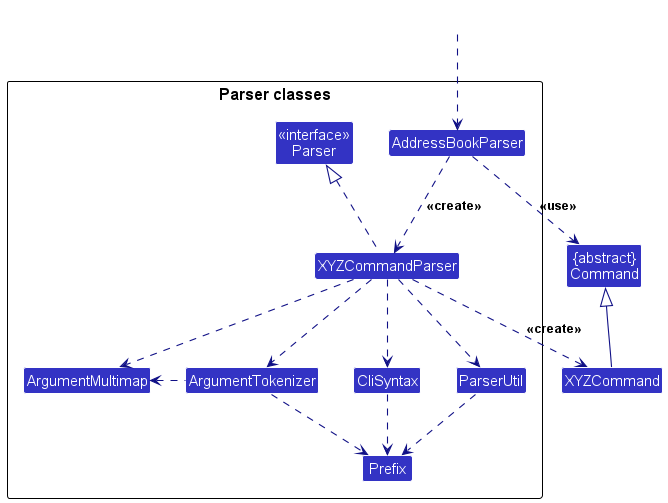
Before: images/ParserClasses.png, a diagram exported from PlantUML (AY2627S1-CS2103T-W14-3/tp). The source it was exported from:
```plantuml
@startuml
!include style.puml
skinparam arrowThickness 1.1
skinparam arrowColor LOGIC_COLOR_T4
skinparam classBackgroundColor LOGIC_COLOR

Class "{abstract}\nCommand" as Command
Class XYZCommand

package "Parser classes"{
Class "<<interface>>\nParser" as Parser
Class AddressBookParser
Class XYZCommandParser
Class CliSyntax
Class ParserUtil
Class ArgumentMultimap
Class ArgumentTokenizer
Class Prefix
}

Class HiddenOutside #FFFFFF
HiddenOutside ..> AddressBookParser

AddressBookParser .down.> XYZCommandParser: <<create>>

XYZCommandParser ..> XYZCommand : <<create>>
AddressBookParser ..> Command : <<use>>
XYZCommandParser .up.|> Parser
XYZCommandParser ..> ArgumentMultimap
XYZCommandParser ..> ArgumentTokenizer
ArgumentTokenizer .left.> ArgumentMultimap
XYZCommandParser ..> CliSyntax
CliSyntax ..> Prefix
XYZCommandParser ..> ParserUtil
ParserUtil .down.> Prefix
ArgumentTokenizer .down.> Prefix
XYZCommand -up-|> Command
@enduml
```
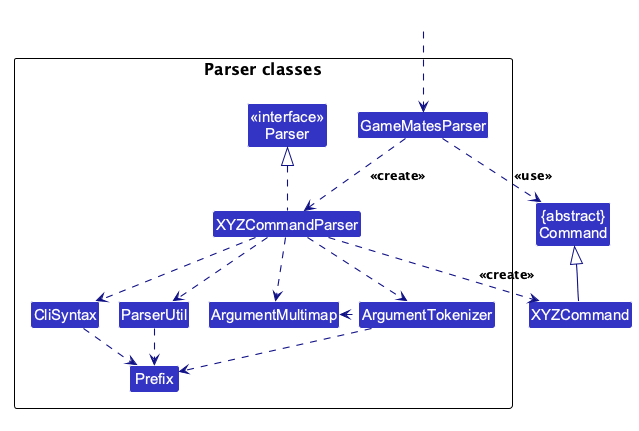
Above is the later version.

What changed in the source:
```diff
@@ -1,4 +1,5 @@
 @startuml
+!pragma layout smetana
 !include style.puml
 skinparam arrowThickness 1.1
 skinparam arrowColor LOGIC_COLOR_T4
@@ -9,7 +10,7 @@
 
 package "Parser classes"{
 Class "<<interface>>\nParser" as Parser
-Class AddressBookParser
+Class GameMatesParser
 Class XYZCommandParser
 Class CliSyntax
 Class ParserUtil
@@ -19,12 +20,12 @@
 }
 
 Class HiddenOutside #FFFFFF
-HiddenOutside ..> AddressBookParser
+HiddenOutside ..> GameMatesParser
 
-AddressBookParser .down.> XYZCommandParser: <<create>>
+GameMatesParser .down.> XYZCommandParser: <<create>>
 
 XYZCommandParser ..> XYZCommand : <<create>>
-AddressBookParser ..> Command : <<use>>
+GameMatesParser ..> Command : <<use>>
 XYZCommandParser .up.|> Parser
 XYZCommandParser ..> ArgumentMultimap
 XYZCommandParser ..> ArgumentTokenizer
```
